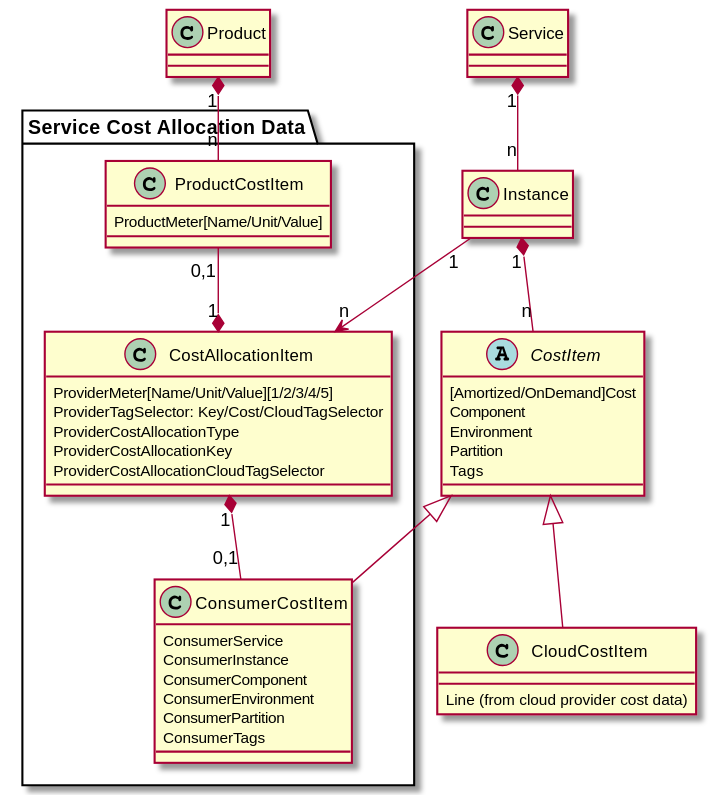
Earlier version of the PlantUML export puml/cost-allocation-model.svg (AmadeusITGroup/cloud-cost-allocation).
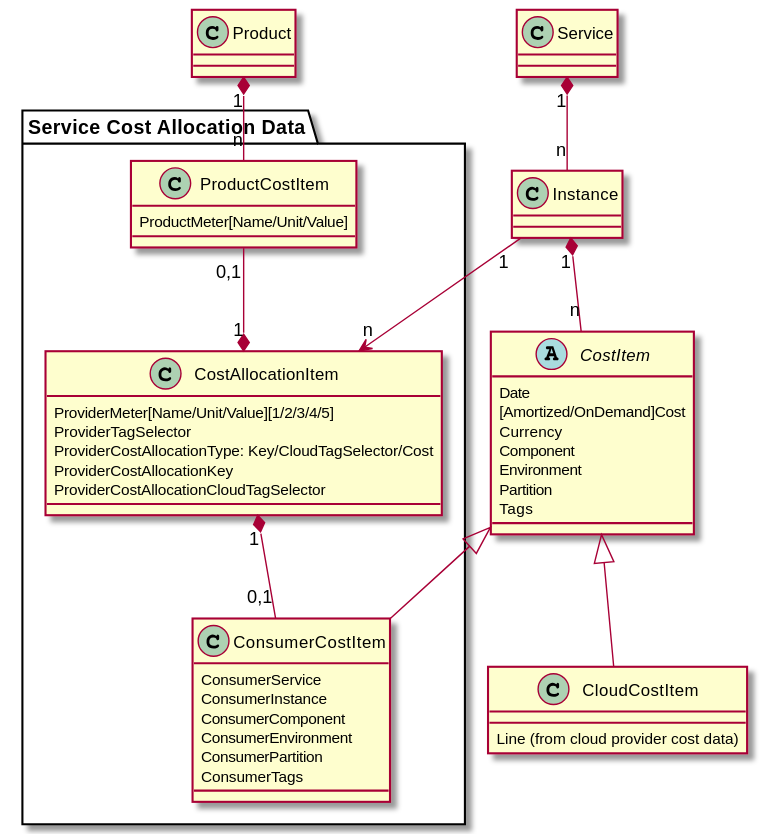
The same file after the commit.

Commit message:
Worked on cost-based and cloud-tag-selector based cost allocation

The edit, as a diff of the source:
```diff
@@ -8,7 +8,9 @@
 Instance "n" -up-* "1" Service
 
 abstract CostItem {
+Date
 [Amortized/OnDemand]Cost
+Currency
 Component
 Environment
 Partition
@@ -20,8 +22,8 @@
 
 class CostAllocationItem {
 ProviderMeter[Name/Unit/Value][1/2/3/4/5]
-ProviderTagSelector: Key/Cost/CloudTagSelector
-ProviderCostAllocationType
+ProviderTagSelector
+ProviderCostAllocationType: Key/CloudTagSelector/Cost
 ProviderCostAllocationKey
 ProviderCostAllocationCloudTagSelector
 }
```
